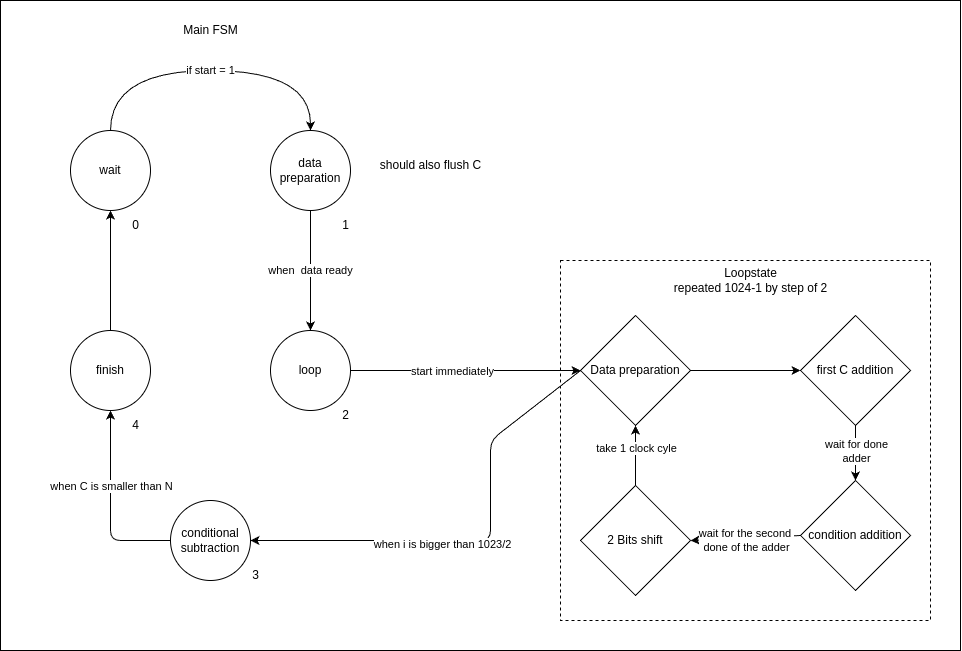
Above: fsm.png in Tfloow/Montgomery (draw.io), before the change. Source tidied: cells renumbered, new cells last; positions are measured from the earlier drawing's top-left corner, leaving out a move shared by most shapes.
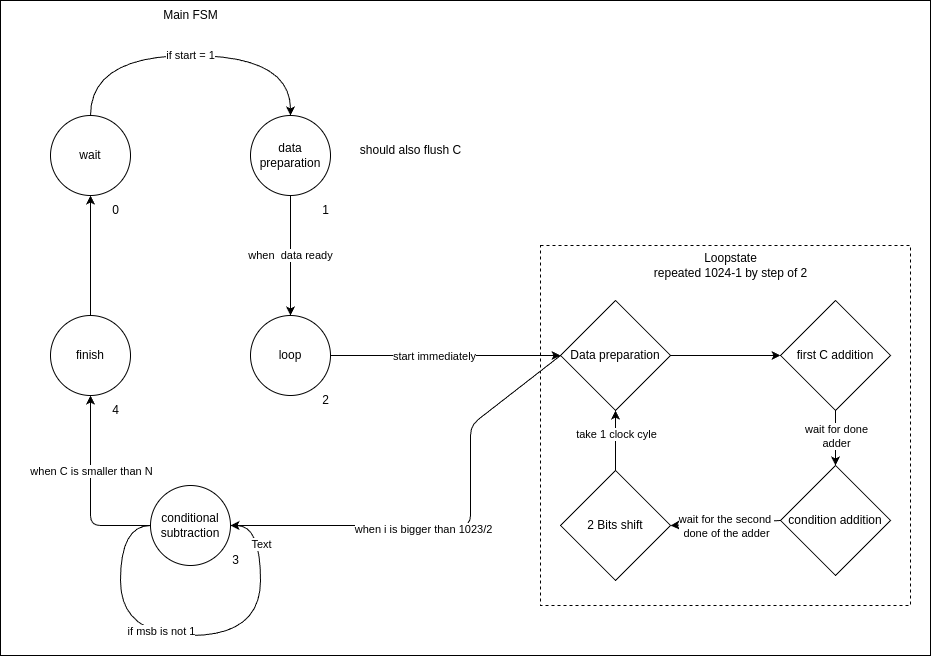
Later version of the same file.

Diff of the diagram source:
```diff
@@ -3,7 +3,7 @@
     <mxCell id="0" />
     <mxCell id="1" parent="0" />
     <mxCell id="2" style="whiteSpace=wrap;html=1;" parent="1" vertex="1">
-      <mxGeometry width="960" height="650" as="geometry" />
+      <mxGeometry x="20" y="15" width="930" height="655" as="geometry" />
     </mxCell>
     <mxCell id="3" style="whiteSpace=wrap;html=1;dashed=1;" parent="1" vertex="1">
       <mxGeometry x="560" y="260" width="370" height="360" as="geometry" />
@@ -44,6 +44,22 @@
     <mxCell id="12" value="when C is smaller than N" style="edgeLabel;html=1;align=center;verticalAlign=middle;" parent="11" vertex="1">
       <mxGeometry x="0.21" relative="1" as="geometry" />
     </mxCell>
+    <mxCell id="37" style="edgeStyle=orthogonalEdgeStyle;curved=1;html=1;exitX=0;exitY=0.5;exitDx=0;exitDy=0;entryX=1;entryY=0.5;entryDx=0;entryDy=0;" parent="1" edge="1" source="13" target="13">
+      <mxGeometry relative="1" as="geometry">
+        <Array as="points">
+          <mxPoint x="140" y="540" />
+          <mxPoint x="140" y="650" />
+          <mxPoint x="280" y="650" />
+          <mxPoint x="280" y="540" />
+        </Array>
+      </mxGeometry>
+    </mxCell>
+    <mxCell id="38" value="Text" style="edgeLabel;html=1;align=center;verticalAlign=middle;" parent="37" vertex="1">
+      <mxGeometry x="0.77" relative="1" as="geometry" />
+    </mxCell>
+    <mxCell id="39" value="if msb is not 1" style="edgeLabel;html=1;align=center;verticalAlign=middle;" parent="37" vertex="1">
+      <mxGeometry x="-0.14" y="5" relative="1" as="geometry" />
+    </mxCell>
     <mxCell id="13" value="conditional subtraction" style="ellipse;whiteSpace=wrap;html=1;" parent="1" vertex="1">
       <mxGeometry x="170" y="500" width="80" height="80" as="geometry" />
     </mxCell>
```
